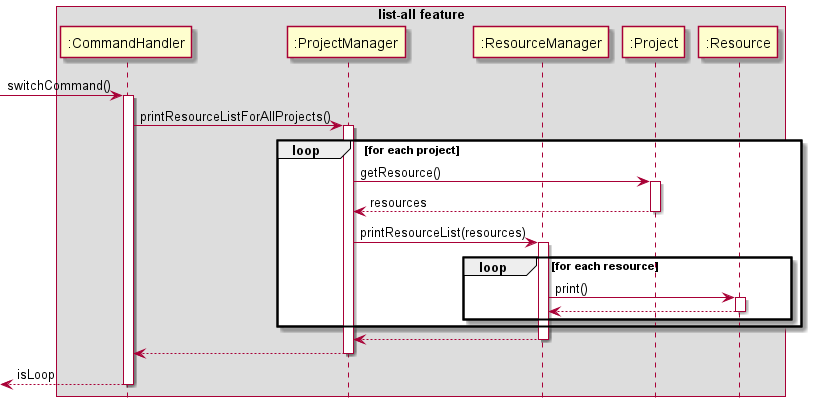
The PlantUML diagram docs/puml_img/list-allfinal.png in s-t-e-f/tp, before a commit.
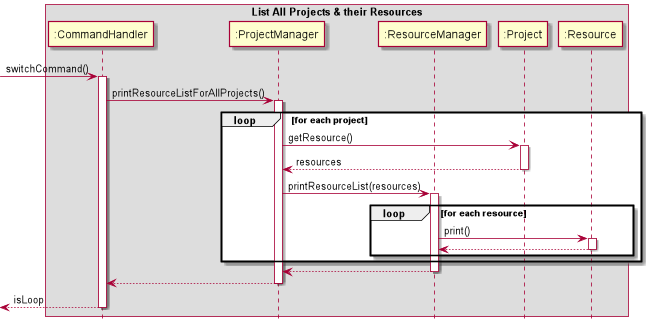
After the change.

Commit message:
Fix list sequence diagrams bugs

The edit, as a diff of the source:
```diff
@@ -1,6 +1,6 @@
 @startuml
 hide footbox
-box list-all feature
+box List All Projects & their Resources
 participant ":CommandHandler" as CH
 participant ":ProjectManager" as PM
 participant ":ResourceManager" as RM
```
